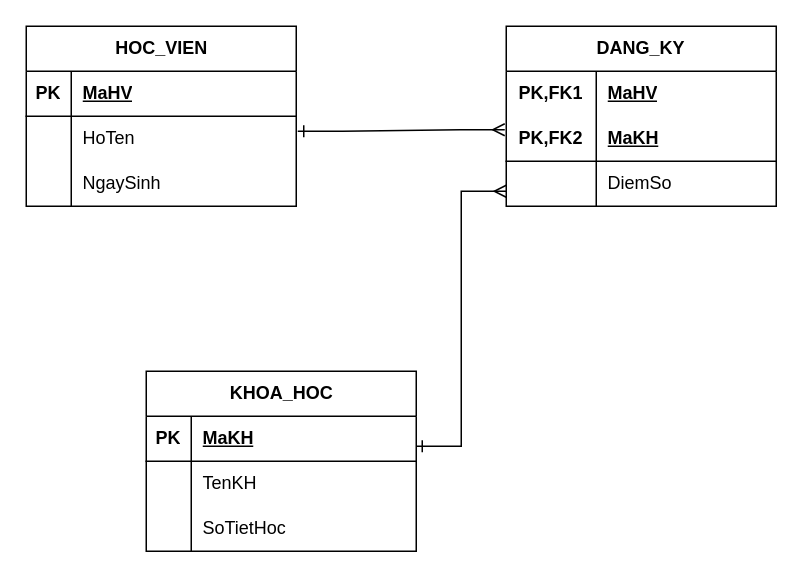
Earlier version of the draw.io diagram page "Trang-2" (2 of 3) of bai2.drawio (ngoclee280907-bot/LeThiNgocLe_B25DTCN277_IT105_session16_bai2). Source tidied: cells renumbered, new cells numbered last; positions are measured from the earlier drawing's top-left corner, leaving out a move shared by most shapes. Both pictures are drawn from the tidied source at 150%, with x=0, y=0 at pixel (26, 26).
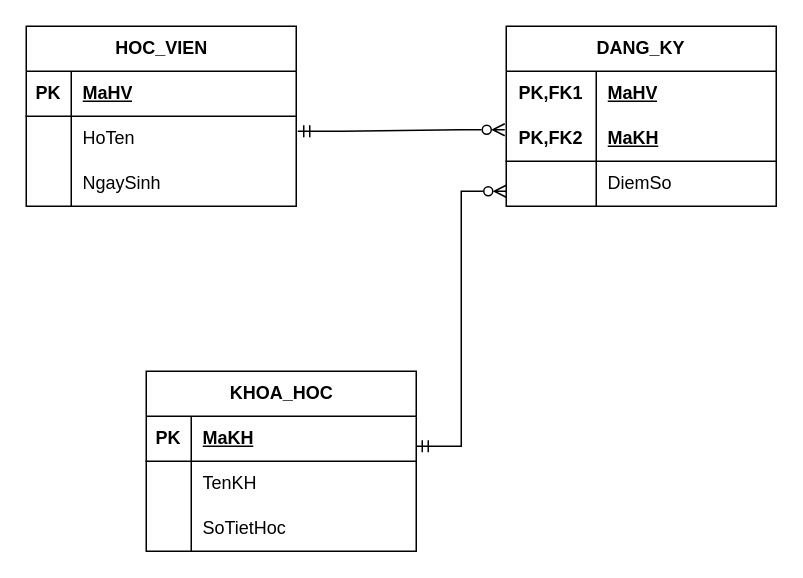
The same page after the edit.

Diff of the diagram source:
```diff
@@
-    <mxCell id="32" style="edgeStyle=entityRelationEdgeStyle;fontSize=12;html=1;endArrow=ERmany;endFill=0;rounded=0;entryX=-0.011;entryY=0.3;entryDx=0;entryDy=0;entryPerimeter=0;startArrow=ERone;startFill=0;" parent="1" edge="1">
+    <mxCell id="32" style="edgeStyle=entityRelationEdgeStyle;fontSize=12;html=1;endArrow=ERzeroToMany;endFill=0;rounded=0;entryX=-0.011;entryY=0.3;entryDx=0;entryDy=0;entryPerimeter=0;startArrow=ERmandOne;startFill=0;" parent="1" edge="1">
       <mxGeometry relative="1" as="geometry">
         <mxPoint x="181" y="70" as="sourcePoint" />
         <mxPoint x="319" y="69" as="targetPoint" />
       </mxGeometry>
     </mxCell>
-    <mxCell id="33" style="edgeStyle=entityRelationEdgeStyle;fontSize=12;html=1;endArrow=ERmany;endFill=0;rounded=0;startArrow=ERone;startFill=0;" parent="1" edge="1">
+    <mxCell id="33" style="edgeStyle=entityRelationEdgeStyle;fontSize=12;html=1;endArrow=ERzeroToMany;endFill=0;rounded=0;startArrow=ERmandOne;startFill=0;" parent="1" edge="1">
       <mxGeometry relative="1" as="geometry">
         <mxPoint x="260" y="280" as="sourcePoint" />
         <mxPoint x="320" y="110" as="targetPoint" />
       </mxGeometry>
     </mxCell>
```
